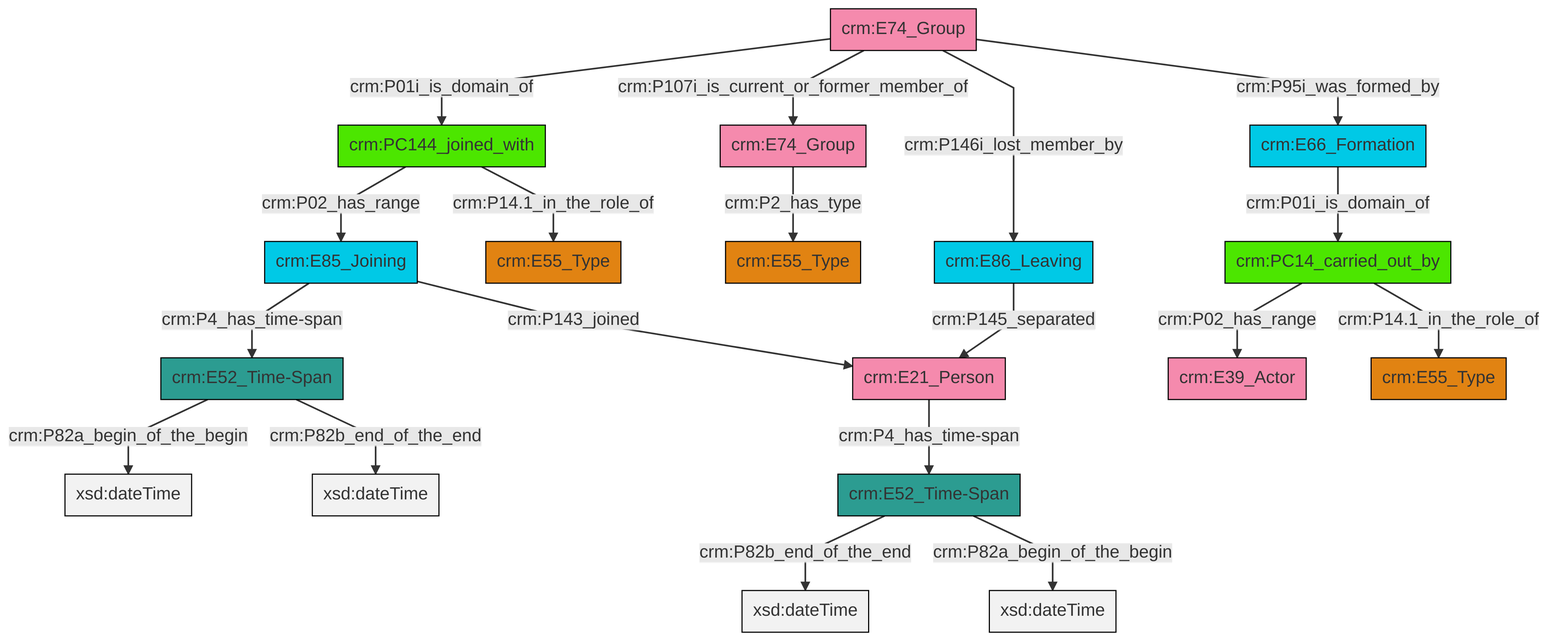
This is et/groupCSV/ttl/mmd/png/group_actor_relations.png from swiss-art-research-net/docs.swissartresearch, a Mermaid export, as it was before one commit. Its source is kept beside it as et/groupCSV/ttl/mmd/group_actor_relations.ttl.mmd. Its diagram source:
```mermaid
graph TD
classDef Literal fill:#f2f2f2,stroke:#000000;
classDef CRM_Entity fill:#FFFFFF,stroke:#000000;
classDef Temporal_Entity fill:#00C9E6, stroke:#000000;
classDef Type fill:#E18312, stroke:#000000;
classDef Time-Span fill:#2C9C91, stroke:#000000;
classDef Appellation fill:#FFEB7F, stroke:#000000;
classDef Place fill:#008836, stroke:#000000;
classDef Persistent_Item fill:#B266B2, stroke:#000000;
classDef Conceptual_Object fill:#FFD700, stroke:#000000;
classDef Physical_Thing fill:#D2B48C, stroke:#000000;
classDef Actor fill:#f58aad, stroke:#000000;
classDef PC_Classes fill:#4ce600, stroke:#000000;
classDef Multi fill:#cccccc,stroke:#000000;

6["crm:E85_Joining"]:::Temporal_Entity -->|crm:P4_has_time-span| 10["crm:E52_Time-Span"]:::Time-Span
11["crm:E86_Leaving"]:::Temporal_Entity -->|crm:P145_separated| 0["crm:E21_Person"]:::Actor
12["crm:E74_Group"]:::Actor -->|crm:P2_has_type| 13["crm:E55_Type"]:::Type
18["crm:E52_Time-Span"]:::Time-Span -->|crm:P82b_end_of_the_end| 19[xsd:dateTime]:::Literal
8["crm:E74_Group"]:::Actor -->|crm:P01i_is_domain_of| 20["crm:PC144_joined_with"]:::PC_Classes
10["crm:E52_Time-Span"]:::Time-Span -->|crm:P82a_begin_of_the_begin| 25[xsd:dateTime]:::Literal
20["crm:PC144_joined_with"]:::PC_Classes -->|crm:P02_has_range| 6["crm:E85_Joining"]:::Temporal_Entity
26["crm:PC14_carried_out_by"]:::PC_Classes -->|crm:P02_has_range| 21["crm:E39_Actor"]:::Actor
8["crm:E74_Group"]:::Actor -->|crm:P107i_is_current_or_former_member_of| 12["crm:E74_Group"]:::Actor
8["crm:E74_Group"]:::Actor -->|crm:P146i_lost_member_by| 11["crm:E86_Leaving"]:::Temporal_Entity
16["crm:E66_Formation"]:::Temporal_Entity -->|crm:P01i_is_domain_of| 26["crm:PC14_carried_out_by"]:::PC_Classes
18["crm:E52_Time-Span"]:::Time-Span -->|crm:P82a_begin_of_the_begin| 30[xsd:dateTime]:::Literal
8["crm:E74_Group"]:::Actor -->|crm:P95i_was_formed_by| 16["crm:E66_Formation"]:::Temporal_Entity
0["crm:E21_Person"]:::Actor -->|crm:P4_has_time-span| 18["crm:E52_Time-Span"]:::Time-Span
6["crm:E85_Joining"]:::Temporal_Entity -->|crm:P143_joined| 0["crm:E21_Person"]:::Actor
20["crm:PC144_joined_with"]:::PC_Classes -->|crm:P14.1_in_the_role_of| 4["crm:E55_Type"]:::Type
26["crm:PC14_carried_out_by"]:::PC_Classes -->|crm:P14.1_in_the_role_of| 2["crm:E55_Type"]:::Type
10["crm:E52_Time-Span"]:::Time-Span -->|crm:P82b_end_of_the_end| 33[xsd:dateTime]:::Literal
```
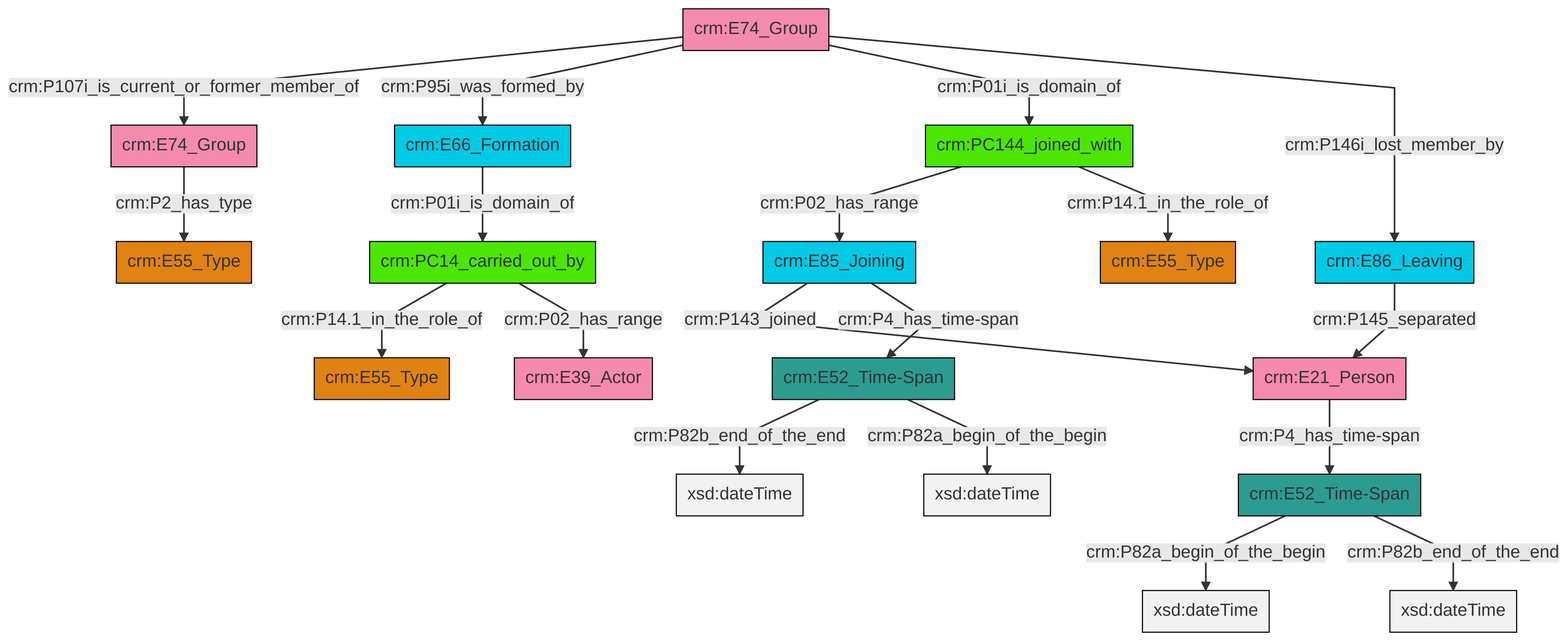
The same file after the commit.

Change to the diagram source:
```diff
@@ -13,21 +13,21 @@
 classDef PC_Classes fill:#4ce600, stroke:#000000;
 classDef Multi fill:#cccccc,stroke:#000000;
 
-6["crm:E85_Joining"]:::Temporal_Entity -->|crm:P4_has_time-span| 10["crm:E52_Time-Span"]:::Time-Span
-11["crm:E86_Leaving"]:::Temporal_Entity -->|crm:P145_separated| 0["crm:E21_Person"]:::Actor
-12["crm:E74_Group"]:::Actor -->|crm:P2_has_type| 13["crm:E55_Type"]:::Type
-18["crm:E52_Time-Span"]:::Time-Span -->|crm:P82b_end_of_the_end| 19[xsd:dateTime]:::Literal
-8["crm:E74_Group"]:::Actor -->|crm:P01i_is_domain_of| 20["crm:PC144_joined_with"]:::PC_Classes
-10["crm:E52_Time-Span"]:::Time-Span -->|crm:P82a_begin_of_the_begin| 25[xsd:dateTime]:::Literal
-20["crm:PC144_joined_with"]:::PC_Classes -->|crm:P02_has_range| 6["crm:E85_Joining"]:::Temporal_Entity
-26["crm:PC14_carried_out_by"]:::PC_Classes -->|crm:P02_has_range| 21["crm:E39_Actor"]:::Actor
-8["crm:E74_Group"]:::Actor -->|crm:P107i_is_current_or_former_member_of| 12["crm:E74_Group"]:::Actor
-8["crm:E74_Group"]:::Actor -->|crm:P146i_lost_member_by| 11["crm:E86_Leaving"]:::Temporal_Entity
-16["crm:E66_Formation"]:::Temporal_Entity -->|crm:P01i_is_domain_of| 26["crm:PC14_carried_out_by"]:::PC_Classes
-18["crm:E52_Time-Span"]:::Time-Span -->|crm:P82a_begin_of_the_begin| 30[xsd:dateTime]:::Literal
-8["crm:E74_Group"]:::Actor -->|crm:P95i_was_formed_by| 16["crm:E66_Formation"]:::Temporal_Entity
-0["crm:E21_Person"]:::Actor -->|crm:P4_has_time-span| 18["crm:E52_Time-Span"]:::Time-Span
-6["crm:E85_Joining"]:::Temporal_Entity -->|crm:P143_joined| 0["crm:E21_Person"]:::Actor
-20["crm:PC144_joined_with"]:::PC_Classes -->|crm:P14.1_in_the_role_of| 4["crm:E55_Type"]:::Type
-26["crm:PC14_carried_out_by"]:::PC_Classes -->|crm:P14.1_in_the_role_of| 2["crm:E55_Type"]:::Type
-10["crm:E52_Time-Span"]:::Time-Span -->|crm:P82b_end_of_the_end| 33[xsd:dateTime]:::Literal
+4["crm:PC144_joined_with"]:::PC_Classes -->|crm:P02_has_range| 5["crm:E85_Joining"]:::Temporal_Entity
+0["crm:E86_Leaving"]:::Temporal_Entity -->|crm:P145_separated| 6["crm:E21_Person"]:::Actor
+7["crm:E74_Group"]:::Actor -->|crm:P107i_is_current_or_former_member_of| 8["crm:E74_Group"]:::Actor
+6["crm:E21_Person"]:::Actor -->|crm:P4_has_time-span| 11["crm:E52_Time-Span"]:::Time-Span
+7["crm:E74_Group"]:::Actor -->|crm:P95i_was_formed_by| 12["crm:E66_Formation"]:::Temporal_Entity
+14["crm:PC14_carried_out_by"]:::PC_Classes -->|crm:P14.1_in_the_role_of| 15["crm:E55_Type"]:::Type
+14["crm:PC14_carried_out_by"]:::PC_Classes -->|crm:P02_has_range| 18["crm:E39_Actor"]:::Actor
+7["crm:E74_Group"]:::Actor -->|crm:P01i_is_domain_of| 4["crm:PC144_joined_with"]:::PC_Classes
+2["crm:E52_Time-Span"]:::Time-Span -->|crm:P82b_end_of_the_end| 21[xsd:dateTime]:::Literal
+4["crm:PC144_joined_with"]:::PC_Classes -->|crm:P14.1_in_the_role_of| 16["crm:E55_Type"]:::Type
+7["crm:E74_Group"]:::Actor -->|crm:P146i_lost_member_by| 0["crm:E86_Leaving"]:::Temporal_Entity
+5["crm:E85_Joining"]:::Temporal_Entity -->|crm:P143_joined| 6["crm:E21_Person"]:::Actor
+5["crm:E85_Joining"]:::Temporal_Entity -->|crm:P4_has_time-span| 2["crm:E52_Time-Span"]:::Time-Span
+12["crm:E66_Formation"]:::Temporal_Entity -->|crm:P01i_is_domain_of| 14["crm:PC14_carried_out_by"]:::PC_Classes
+11["crm:E52_Time-Span"]:::Time-Span -->|crm:P82a_begin_of_the_begin| 27[xsd:dateTime]:::Literal
+11["crm:E52_Time-Span"]:::Time-Span -->|crm:P82b_end_of_the_end| 28[xsd:dateTime]:::Literal
+2["crm:E52_Time-Span"]:::Time-Span -->|crm:P82a_begin_of_the_begin| 30[xsd:dateTime]:::Literal
+8["crm:E74_Group"]:::Actor -->|crm:P2_has_type| 9["crm:E55_Type"]:::Type
```
